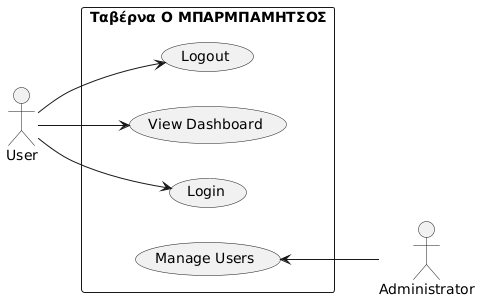
Earlier version of the PlantUML export use-case.png (softwareDesign24/collaborateUML-ucd). Its diagram source:
```plantuml
@startuml

left to right direction

actor "User" as usr
actor "Administrator" as admin

rectangle "Ταβέρνα Ο ΜΠΑΡΜΠΑΜΗΤΣΟΣ" {
  usecase "Login" as UC1
  usecase "View Dashboard" as UC2
  usecase "Logout" as UC3
  usecase "Manage Users" as UC4
}

usr --> UC1
usr --> UC2
usr --> UC3
admin -up-> UC4

@enduml
```
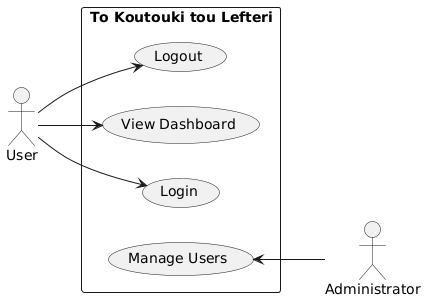
The same diagram one commit later.

Commit message:
Automated UML diagram generation

The edit, as a diff of the source:
```diff
@@ -5,7 +5,7 @@
 actor "User" as usr
 actor "Administrator" as admin
 
-rectangle "Ταβέρνα Ο ΜΠΑΡΜΠΑΜΗΤΣΟΣ" {
+rectangle "To Koutouki tou Lefteri" {
   usecase "Login" as UC1
   usecase "View Dashboard" as UC2
   usecase "Logout" as UC3
```
